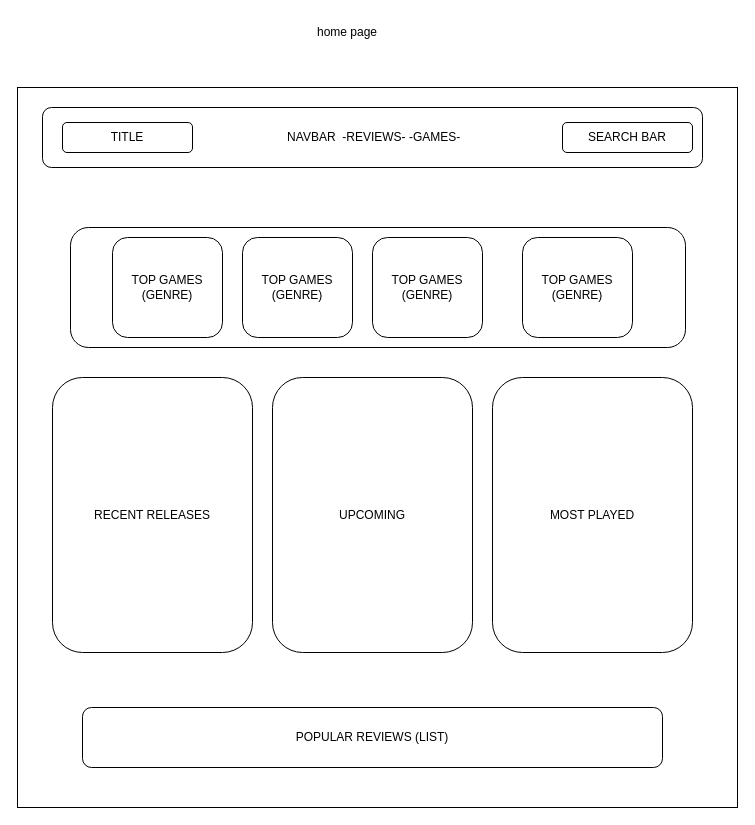
Before: planning/wireframe.drawio in scmh001/fullstack-project, a draw.io diagram. Source tidied: cells renumbered, new cells numbered last; positions are measured from the earlier drawing's top-left corner, leaving out a move shared by most shapes. Both pictures are drawn from the tidied source at 100%, with x=0, y=0 at pixel (17, 17).
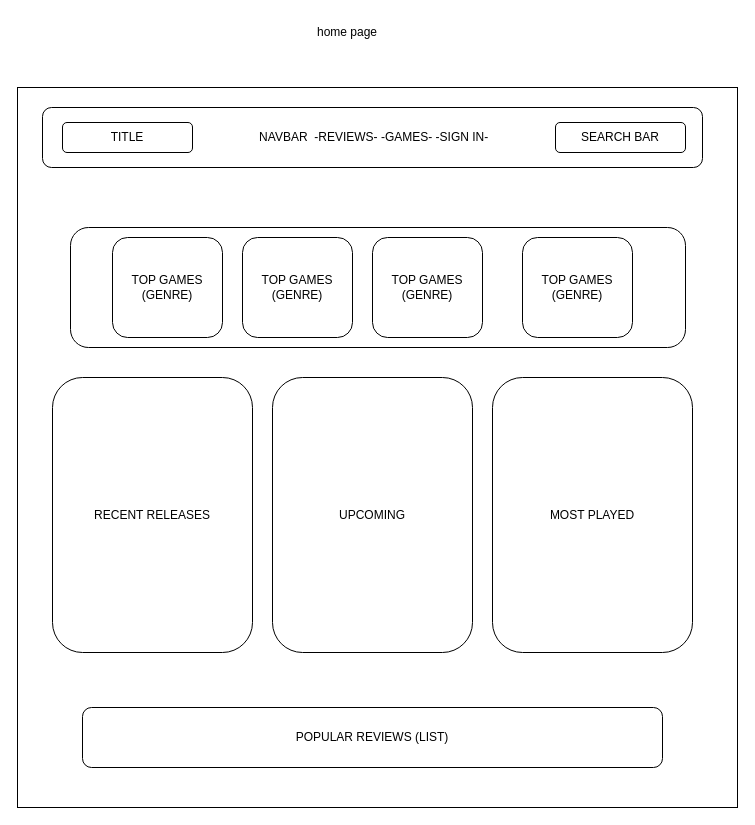
Above is the later version.

Change to the diagram source:
```diff
@@
 <mxGraphModel>
   <root>
     <mxCell id="0" />
     <mxCell id="1" parent="0" />
     <mxCell id="2" style="whiteSpace=wrap;html=1;" parent="1" vertex="1">
       <mxGeometry y="70" width="720" height="720" as="geometry" />
     </mxCell>
-    <mxCell id="3" value="&amp;nbsp;NAVBAR&amp;nbsp; -REVIEWS- -GAMES-" style="rounded=1;whiteSpace=wrap;html=1;" parent="1" vertex="1">
+    <mxCell id="3" value="&amp;nbsp;NAVBAR&amp;nbsp; -REVIEWS- -GAMES- -SIGN IN-" style="rounded=1;whiteSpace=wrap;html=1;" parent="1" vertex="1">
       <mxGeometry x="25" y="90" width="660" height="60" as="geometry" />
     </mxCell>
     <mxCell id="4" value="SEARCH BAR" style="rounded=1;whiteSpace=wrap;html=1;" parent="1" vertex="1">
-      <mxGeometry x="545" y="105" width="130" height="30" as="geometry" />
+      <mxGeometry x="538" y="105" width="130" height="30" as="geometry" />
     </mxCell>
     <mxCell id="5" value="TITLE" style="rounded=1;whiteSpace=wrap;html=1;" parent="1" vertex="1">
       <mxGeometry x="45" y="105" width="130" height="30" as="geometry" />
     </mxCell>
     <mxCell id="6" value="RECENT RELEASES" style="rounded=1;whiteSpace=wrap;html=1;" parent="1" vertex="1">
       <mxGeometry x="35" y="360" width="200" height="275" as="geometry" />
     </mxCell>
     <mxCell id="7" value="UPCOMING" style="rounded=1;whiteSpace=wrap;html=1;" parent="1" vertex="1">
       <mxGeometry x="255" y="360" width="200" height="275" as="geometry" />
     </mxCell>
     <mxCell id="8" value="MOST PLAYED" style="rounded=1;whiteSpace=wrap;html=1;" parent="1" vertex="1">
       <mxGeometry x="475" y="360" width="200" height="275" as="geometry" />
     </mxCell>
     <mxCell id="9" style="rounded=1;whiteSpace=wrap;html=1;" parent="1" vertex="1">
       <mxGeometry x="53" y="210" width="615" height="120" as="geometry" />
     </mxCell>
     <mxCell id="10" value="TOP GAMES (GENRE)" style="rounded=1;whiteSpace=wrap;html=1;" parent="1" vertex="1">
       <mxGeometry x="95" y="220" width="110" height="100" as="geometry" />
     </mxCell>
     <mxCell id="11" value="TOP GAMES (GENRE)" style="rounded=1;whiteSpace=wrap;html=1;" parent="1" vertex="1">
       <mxGeometry x="225" y="220" width="110" height="100" as="geometry" />
     </mxCell>
     <mxCell id="12" value="TOP GAMES (GENRE)" style="rounded=1;whiteSpace=wrap;html=1;" parent="1" vertex="1">
       <mxGeometry x="355" y="220" width="110" height="100" as="geometry" />
     </mxCell>
     <mxCell id="13" value="TOP GAMES (GENRE)" style="rounded=1;whiteSpace=wrap;html=1;" parent="1" vertex="1">
       <mxGeometry x="505" y="220" width="110" height="100" as="geometry" />
     </mxCell>
     <mxCell id="14" value="POPULAR REVIEWS (LIST)" style="rounded=1;whiteSpace=wrap;html=1;" parent="1" vertex="1">
       <mxGeometry x="65" y="690" width="580" height="60" as="geometry" />
     </mxCell>
     <mxCell id="15" value="home page" style="text;html=1;strokeColor=none;fillColor=none;align=center;verticalAlign=middle;whiteSpace=wrap;rounded=0;" parent="1" vertex="1">
       <mxGeometry x="285" width="90" height="30" as="geometry" />
     </mxCell>
   </root>
 </mxGraphModel>
```
